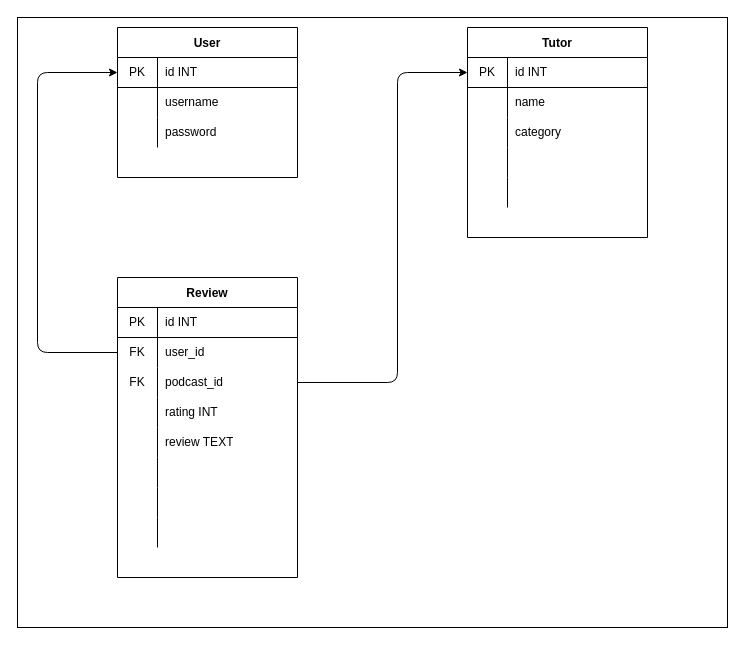
Before: schema.drawio in kimberlym4488/podcast-points-blog, a draw.io diagram. Source tidied: cells renumbered, new cells numbered last; positions are measured from the earlier drawing's top-left corner, leaving out a move shared by most shapes. Both pictures are drawn from the tidied source at 100%, with x=0, y=0 at pixel (17, 17).
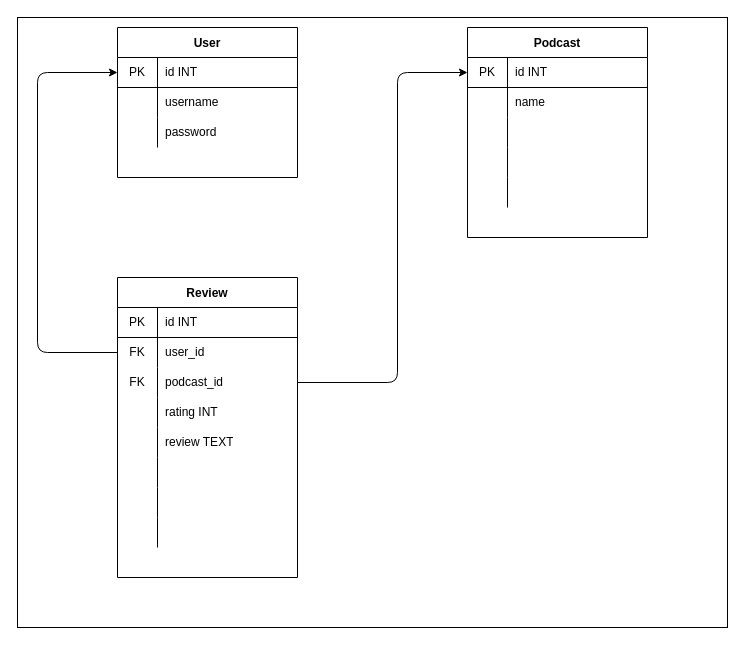
The same diagram, later.

Commit message (it also covers changes not shown here):
Podcast of the Month link not functioning

Unchanged cells that the change refers to:
```xml
<mxCell id="20" style="shape=partialRectangle;html=1;whiteSpace=wrap;fillColor=none;top=0;left=0;bottom=0;right=0;" parent="13" vertex="1">
  <mxGeometry y="90" width="180" height="30" as="geometry" />
</mxCell>
```

The edit, as a diff of the source:
```diff
@@
-    <mxCell id="13" value="Tutor" style="shape=table;startSize=30;childLayout=tableLayout;rowLines=0;fontStyle=1;align=center;" parent="1" vertex="1">
+    <mxCell id="13" value="Podcast" style="shape=table;startSize=30;childLayout=tableLayout;rowLines=0;fontStyle=1;align=center;" parent="1" vertex="1">
       <mxGeometry x="450" y="10" width="180" height="210" as="geometry" />
     </mxCell>
@@
-    <mxCell id="22" value="category" style="shape=partialRectangle;html=1;whiteSpace=wrap;fillColor=none;top=0;left=0;bottom=0;right=0;align=left;spacingLeft=6;overflow=hidden;" parent="20" vertex="1">
+    <mxCell id="22" style="shape=partialRectangle;html=1;whiteSpace=wrap;fillColor=none;top=0;left=0;bottom=0;right=0;align=left;spacingLeft=6;overflow=hidden;" parent="20" vertex="1">
       <mxGeometry x="40" width="140" height="30" as="geometry" />
     </mxCell>
```
